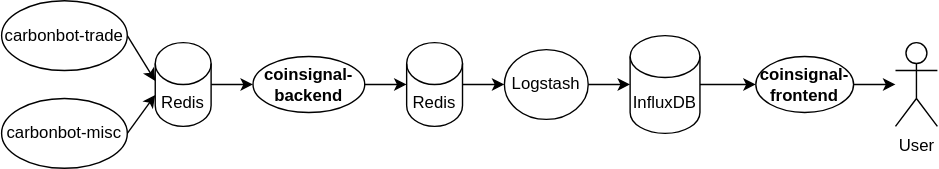
Before: architecture.svg, a diagram exported from draw.io (crypto-crawler/coinsignal). Source tidied: cells renumbered, new cells last; positions are measured from the earlier drawing's top-left corner, leaving out a move shared by most shapes. Its diagram source:
```xml
<mxGraphModel>
  <root>
    <mxCell id="0" />
    <mxCell id="1" parent="0" />
    <mxCell id="2" style="rounded=0;jettySize=auto;html=1;exitX=1;exitY=0.5;exitDx=0;exitDy=0;entryX=0;entryY=0;entryDx=0;entryDy=37.5;entryPerimeter=0;" parent="1" edge="1" source="16" target="4">
      <mxGeometry relative="1" as="geometry" />
    </mxCell>
    <mxCell id="3" style="edgeStyle=orthogonalEdgeStyle;rounded=0;jettySize=auto;html=1;exitX=1;exitY=0.5;exitDx=0;exitDy=0;exitPerimeter=0;entryX=0;entryY=0.5;entryDx=0;entryDy=0;" parent="1" edge="1" source="4" target="6">
      <mxGeometry relative="1" as="geometry" />
    </mxCell>
    <mxCell id="4" value="Redis" style="shape=cylinder3;whiteSpace=wrap;html=1;boundedLbl=1;backgroundOutline=1;size=15;" parent="1" vertex="1">
      <mxGeometry x="110" y="30" width="40" height="60" as="geometry" />
    </mxCell>
    <mxCell id="5" style="edgeStyle=orthogonalEdgeStyle;rounded=0;jettySize=auto;html=1;exitX=1;exitY=0.5;exitDx=0;exitDy=0;entryX=0;entryY=0.5;entryDx=0;entryDy=0;entryPerimeter=0;" parent="1" edge="1" source="6" target="18">
      <mxGeometry relative="1" as="geometry" />
    </mxCell>
    <mxCell id="6" value="&lt;b&gt;coinsignal-backend&lt;/b&gt;" style="ellipse;whiteSpace=wrap;html=1;" parent="1" vertex="1">
      <mxGeometry x="180" y="40" width="80" height="40" as="geometry" />
    </mxCell>
    <mxCell id="7" style="edgeStyle=none;rounded=0;jettySize=auto;html=1;exitX=1;exitY=0.5;exitDx=0;exitDy=0;entryX=0;entryY=0.5;entryDx=0;entryDy=0;entryPerimeter=0;startArrow=none;startFill=0;" parent="1" edge="1" source="8" target="10">
      <mxGeometry relative="1" as="geometry" />
    </mxCell>
    <mxCell id="8" value="Logstash" style="ellipse;whiteSpace=wrap;html=1;" parent="1" vertex="1">
      <mxGeometry x="360" y="35" width="60" height="50" as="geometry" />
    </mxCell>
    <mxCell id="9" style="edgeStyle=none;rounded=0;jettySize=auto;html=1;exitX=1;exitY=0.5;exitDx=0;exitDy=0;exitPerimeter=0;entryX=0;entryY=0.5;entryDx=0;entryDy=0;startArrow=none;startFill=0;" parent="1" edge="1" source="10" target="12">
      <mxGeometry relative="1" as="geometry" />
    </mxCell>
    <mxCell id="10" value="InfluxDB" style="shape=cylinder3;whiteSpace=wrap;html=1;boundedLbl=1;backgroundOutline=1;size=15;" parent="1" vertex="1">
      <mxGeometry x="450" y="25" width="50" height="70" as="geometry" />
    </mxCell>
    <mxCell id="11" style="edgeStyle=none;rounded=0;jettySize=auto;html=1;exitX=1;exitY=0.5;exitDx=0;exitDy=0;startArrow=none;startFill=0;" parent="1" edge="1" source="12" target="13">
      <mxGeometry relative="1" as="geometry" />
    </mxCell>
    <mxCell id="12" value="&lt;b&gt;coinsignal-frontend&lt;/b&gt;" style="ellipse;whiteSpace=wrap;html=1;" parent="1" vertex="1">
      <mxGeometry x="540" y="40" width="70" height="40" as="geometry" />
    </mxCell>
    <mxCell id="13" value="User" style="shape=umlActor;verticalLabelPosition=bottom;verticalAlign=top;html=1;outlineConnect=0;" parent="1" vertex="1">
      <mxGeometry x="640" y="30" width="30" height="60" as="geometry" />
    </mxCell>
    <mxCell id="14" style="rounded=0;jettySize=auto;html=1;exitX=1;exitY=0.5;exitDx=0;exitDy=0;entryX=0;entryY=0;entryDx=0;entryDy=27.5;entryPerimeter=0;" parent="1" edge="1" source="15" target="4">
      <mxGeometry relative="1" as="geometry" />
    </mxCell>
    <mxCell id="15" value="carbonbot-trade" style="ellipse;whiteSpace=wrap;html=1;" parent="1" vertex="1">
      <mxGeometry width="90" height="50" as="geometry" />
    </mxCell>
    <mxCell id="16" value="carbonbot-misc" style="ellipse;whiteSpace=wrap;html=1;" parent="1" vertex="1">
      <mxGeometry y="70" width="90" height="50" as="geometry" />
    </mxCell>
    <mxCell id="17" style="rounded=0;jettySize=auto;html=1;exitX=1;exitY=0.5;exitDx=0;exitDy=0;exitPerimeter=0;entryX=0;entryY=0.5;entryDx=0;entryDy=0;" parent="1" edge="1" source="18" target="8">
      <mxGeometry relative="1" as="geometry" />
    </mxCell>
    <mxCell id="18" value="Redis" style="shape=cylinder3;whiteSpace=wrap;html=1;boundedLbl=1;backgroundOutline=1;size=15;" parent="1" vertex="1">
      <mxGeometry x="290" y="30" width="40" height="60" as="geometry" />
    </mxCell>
  </root>
</mxGraphModel>
```
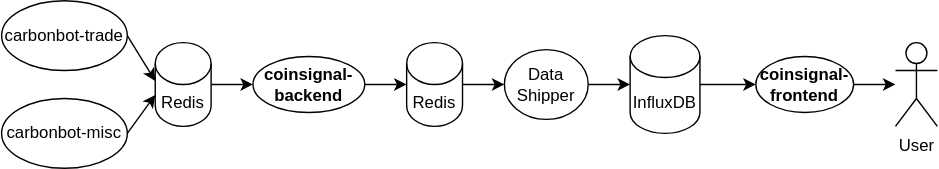
After the change.

The edit, as a diff of the source:
```diff
@@ -20,7 +20,7 @@
     <mxCell id="7" style="edgeStyle=none;rounded=0;jettySize=auto;html=1;exitX=1;exitY=0.5;exitDx=0;exitDy=0;entryX=0;entryY=0.5;entryDx=0;entryDy=0;entryPerimeter=0;startArrow=none;startFill=0;" parent="1" edge="1" source="8" target="10">
       <mxGeometry relative="1" as="geometry" />
     </mxCell>
-    <mxCell id="8" value="Logstash" style="ellipse;whiteSpace=wrap;html=1;" parent="1" vertex="1">
+    <mxCell id="8" value="Data Shipper" style="ellipse;whiteSpace=wrap;html=1;" parent="1" vertex="1">
       <mxGeometry x="360" y="35" width="60" height="50" as="geometry" />
     </mxCell>
     <mxCell id="9" style="edgeStyle=none;rounded=0;jettySize=auto;html=1;exitX=1;exitY=0.5;exitDx=0;exitDy=0;exitPerimeter=0;entryX=0;entryY=0.5;entryDx=0;entryDy=0;startArrow=none;startFill=0;" parent="1" edge="1" source="10" target="12">
```
